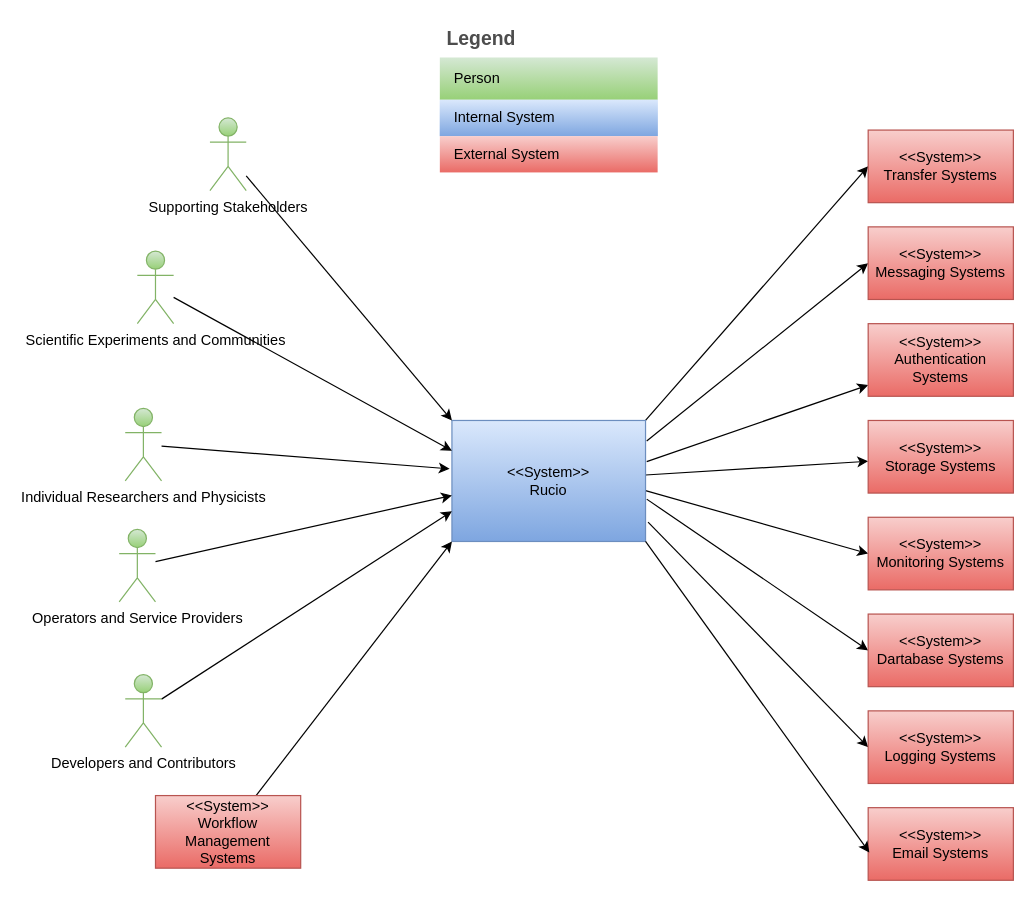
This is diagrams/Context View.drawio from mgajek-cern/architecture-docs, a draw.io file, before an edit. Source tidied: cells renumbered, new cells numbered last; positions are measured from the earlier drawing's top-left corner, leaving out a move shared by most shapes. Both pictures are drawn from the tidied source at 121%, with x=0, y=0 at pixel (119, 21).
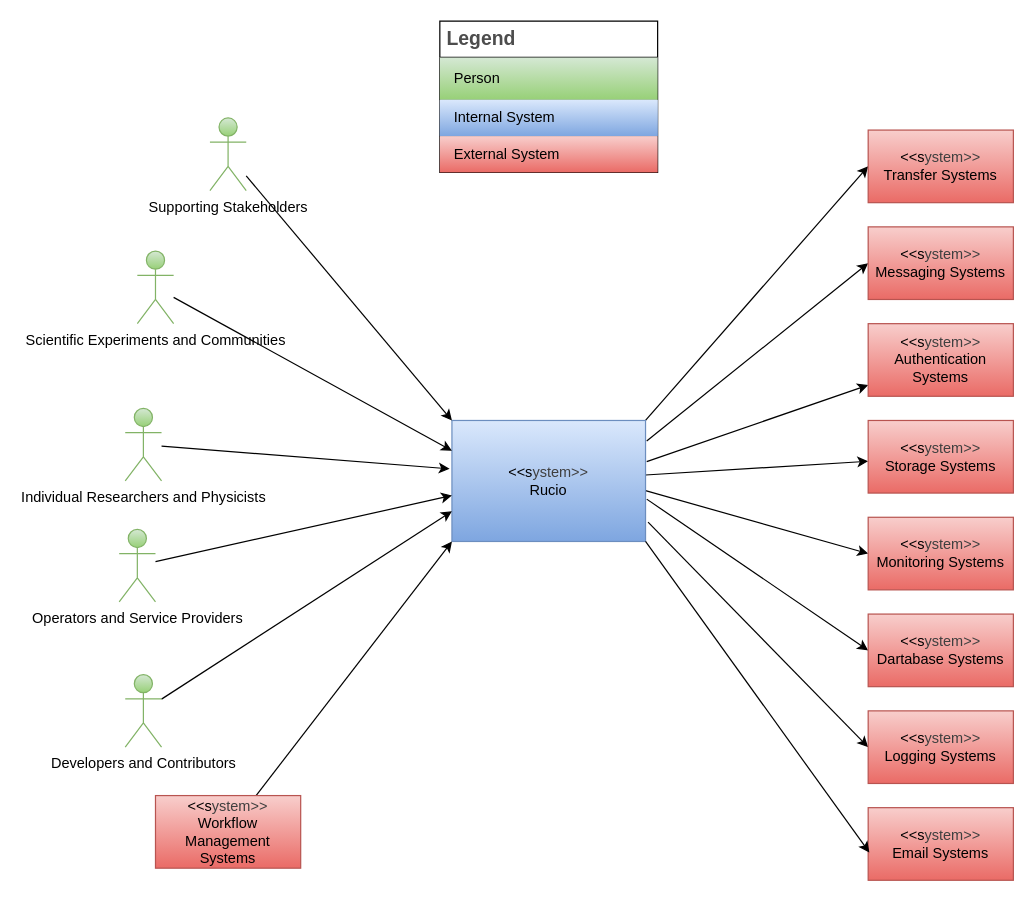
After the change.

The edit, as a diff of the source:
```diff
@@
-    <mxCell id="9" value="&amp;lt;&amp;lt;System&amp;gt;&amp;gt;&lt;br&gt;Rucio" style="rounded=0;whiteSpace=wrap;html=1;fillColor=#dae8fc;gradientColor=#7ea6e0;strokeColor=#6c8ebf;" parent="1" vertex="1">
+    <mxCell id="9" value="&amp;lt;&amp;lt;s&lt;span style=&quot;color: rgb(63, 63, 63); background-color: transparent;&quot;&gt;ystem&amp;gt;&amp;gt;&lt;/span&gt;&lt;div&gt;Rucio&lt;/div&gt;" style="rounded=0;whiteSpace=wrap;html=1;fillColor=#dae8fc;gradientColor=#7ea6e0;strokeColor=#6c8ebf;" parent="1" vertex="1">
       <mxGeometry x="275" y="330" width="160" height="100" as="geometry" />
     </mxCell>
-    <mxCell id="10" value="&lt;span style=&quot;color: rgb(0, 0, 0);&quot;&gt;&amp;lt;&amp;lt;System&amp;gt;&amp;gt;&lt;/span&gt;&lt;br&gt;Authentication Systems" style="rounded=0;whiteSpace=wrap;html=1;fillColor=#f8cecc;gradientColor=#ea6b66;strokeColor=#b85450;" parent="1" vertex="1">
+    <mxCell id="10" value="&lt;span style=&quot;color: rgb(0, 0, 0);&quot;&gt;&amp;lt;&amp;lt;s&lt;/span&gt;&lt;span style=&quot;color: rgb(63, 63, 63); scrollbar-color: rgb(226, 226, 226) rgb(251, 251, 251); background-color: transparent;&quot;&gt;ystem&amp;gt;&amp;gt;&lt;/span&gt;&lt;br&gt;Authentication Systems" style="rounded=0;whiteSpace=wrap;html=1;fillColor=#f8cecc;gradientColor=#ea6b66;strokeColor=#b85450;" parent="1" vertex="1">
       <mxGeometry x="619" y="250" width="120" height="60" as="geometry" />
     </mxCell>
-    <mxCell id="11" value="&lt;span style=&quot;color: rgb(0, 0, 0);&quot;&gt;&amp;lt;&amp;lt;System&amp;gt;&amp;gt;&lt;/span&gt;&lt;br&gt;Storage Systems" style="rounded=0;whiteSpace=wrap;html=1;fillColor=#f8cecc;gradientColor=#ea6b66;strokeColor=#b85450;" parent="1" vertex="1">
+    <mxCell id="11" value="&lt;span style=&quot;color: rgb(0, 0, 0);&quot;&gt;&amp;lt;&amp;lt;s&lt;/span&gt;&lt;span style=&quot;color: rgb(63, 63, 63); scrollbar-color: rgb(226, 226, 226) rgb(251, 251, 251); background-color: transparent;&quot;&gt;ystem&amp;gt;&amp;gt;&lt;/span&gt;&lt;br&gt;Storage Systems" style="rounded=0;whiteSpace=wrap;html=1;fillColor=#f8cecc;gradientColor=#ea6b66;strokeColor=#b85450;" parent="1" vertex="1">
       <mxGeometry x="619" y="330" width="120" height="60" as="geometry" />
     </mxCell>
-    <mxCell id="12" value="&lt;span style=&quot;color: rgb(0, 0, 0);&quot;&gt;&amp;lt;&amp;lt;System&amp;gt;&amp;gt;&lt;/span&gt;&lt;br&gt;Monitoring Systems" style="rounded=0;whiteSpace=wrap;html=1;fillColor=#f8cecc;gradientColor=#ea6b66;strokeColor=#b85450;" parent="1" vertex="1">
+    <mxCell id="12" value="&lt;span style=&quot;color: rgb(0, 0, 0);&quot;&gt;&amp;lt;&amp;lt;s&lt;/span&gt;&lt;span style=&quot;color: rgb(63, 63, 63); scrollbar-color: rgb(226, 226, 226) rgb(251, 251, 251); background-color: transparent;&quot;&gt;ystem&amp;gt;&amp;gt;&lt;/span&gt;&lt;br&gt;Monitoring Systems" style="rounded=0;whiteSpace=wrap;html=1;fillColor=#f8cecc;gradientColor=#ea6b66;strokeColor=#b85450;" parent="1" vertex="1">
       <mxGeometry x="619" y="410" width="120" height="60" as="geometry" />
     </mxCell>
-    <mxCell id="13" value="&lt;span style=&quot;color: rgb(0, 0, 0);&quot;&gt;&amp;lt;&amp;lt;System&amp;gt;&amp;gt;&lt;/span&gt;&lt;br&gt;Messaging Systems" style="rounded=0;whiteSpace=wrap;html=1;fillColor=#f8cecc;gradientColor=#ea6b66;strokeColor=#b85450;" parent="1" vertex="1">
+    <mxCell id="13" value="&lt;span style=&quot;color: rgb(0, 0, 0);&quot;&gt;&amp;lt;&amp;lt;s&lt;/span&gt;&lt;span style=&quot;color: rgb(63, 63, 63); scrollbar-color: rgb(226, 226, 226) rgb(251, 251, 251); background-color: transparent;&quot;&gt;ystem&amp;gt;&amp;gt;&lt;/span&gt;&lt;br&gt;Messaging Systems" style="rounded=0;whiteSpace=wrap;html=1;fillColor=#f8cecc;gradientColor=#ea6b66;strokeColor=#b85450;" parent="1" vertex="1">
       <mxGeometry x="619" y="170" width="120" height="60" as="geometry" />
     </mxCell>
@@
-    <mxCell id="24" value="Legend" style="shape=table;startSize=30;childLayout=tableLayout;fontSize=16;align=left;verticalAlign=top;fillColor=none;strokeColor=none;fontColor=#4D4D4D;fontStyle=1;spacingLeft=6;spacing=0;" parent="1" vertex="1">
+    <mxCell id="24" value="Legend" style="shape=table;startSize=30;childLayout=tableLayout;fontSize=16;align=left;verticalAlign=top;fillColor=none;strokeColor=default;fontColor=#4D4D4D;fontStyle=1;spacingLeft=6;spacing=0;" parent="1" vertex="1">
       <mxGeometry x="265" width="180" height="125" as="geometry" />
     </mxCell>
@@
-    <mxCell id="31" value="&lt;span style=&quot;color: rgb(0, 0, 0);&quot;&gt;&amp;lt;&amp;lt;System&amp;gt;&amp;gt;&lt;/span&gt;&lt;br&gt;Dartabase Systems" style="rounded=0;whiteSpace=wrap;html=1;fillColor=#f8cecc;gradientColor=#ea6b66;strokeColor=#b85450;" parent="1" vertex="1">
+    <mxCell id="31" value="&lt;span style=&quot;color: rgb(0, 0, 0);&quot;&gt;&amp;lt;&amp;lt;s&lt;/span&gt;&lt;span style=&quot;color: rgb(63, 63, 63); scrollbar-color: rgb(226, 226, 226) rgb(251, 251, 251); background-color: transparent;&quot;&gt;ystem&amp;gt;&amp;gt;&lt;/span&gt;&lt;br&gt;Dartabase Systems" style="rounded=0;whiteSpace=wrap;html=1;fillColor=#f8cecc;gradientColor=#ea6b66;strokeColor=#b85450;" parent="1" vertex="1">
       <mxGeometry x="619" y="490" width="120" height="60" as="geometry" />
     </mxCell>
-    <mxCell id="32" value="&lt;span style=&quot;color: rgb(0, 0, 0);&quot;&gt;&amp;lt;&amp;lt;System&amp;gt;&amp;gt;&lt;/span&gt;&lt;br&gt;Transfer Systems" style="rounded=0;whiteSpace=wrap;html=1;fillColor=#f8cecc;gradientColor=#ea6b66;strokeColor=#b85450;" parent="1" vertex="1">
+    <mxCell id="32" value="&lt;span style=&quot;color: rgb(0, 0, 0);&quot;&gt;&amp;lt;&amp;lt;s&lt;/span&gt;&lt;span style=&quot;color: rgb(63, 63, 63); scrollbar-color: rgb(226, 226, 226) rgb(251, 251, 251); background-color: transparent;&quot;&gt;ystem&amp;gt;&amp;gt;&lt;/span&gt;&lt;br&gt;Transfer Systems" style="rounded=0;whiteSpace=wrap;html=1;fillColor=#f8cecc;gradientColor=#ea6b66;strokeColor=#b85450;" parent="1" vertex="1">
       <mxGeometry x="619" y="90" width="120" height="60" as="geometry" />
     </mxCell>
-    <mxCell id="33" value="&lt;span style=&quot;color: rgb(0, 0, 0);&quot;&gt;&amp;lt;&amp;lt;System&amp;gt;&amp;gt;&lt;/span&gt;&lt;br&gt;&lt;span style=&quot;color: rgb(0, 0, 0);&quot;&gt;Logging Systems&lt;/span&gt;" style="rounded=0;whiteSpace=wrap;html=1;fillColor=#f8cecc;gradientColor=#ea6b66;strokeColor=#b85450;" parent="1" vertex="1">
+    <mxCell id="33" value="&lt;span style=&quot;color: rgb(0, 0, 0);&quot;&gt;&amp;lt;&amp;lt;s&lt;/span&gt;&lt;span style=&quot;color: rgb(63, 63, 63); scrollbar-color: rgb(226, 226, 226) rgb(251, 251, 251); background-color: transparent;&quot;&gt;ystem&amp;gt;&amp;gt;&lt;/span&gt;&lt;br&gt;&lt;span style=&quot;color: rgb(0, 0, 0);&quot;&gt;Logging Systems&lt;/span&gt;" style="rounded=0;whiteSpace=wrap;html=1;fillColor=#f8cecc;gradientColor=#ea6b66;strokeColor=#b85450;" parent="1" vertex="1">
       <mxGeometry x="619" y="570" width="120" height="60" as="geometry" />
     </mxCell>
-    <mxCell id="34" value="&lt;span style=&quot;color: rgb(0, 0, 0);&quot;&gt;&amp;lt;&amp;lt;System&amp;gt;&amp;gt;&lt;/span&gt;&lt;br&gt;&lt;span style=&quot;color: rgb(0, 0, 0);&quot;&gt;Email Systems&lt;/span&gt;" style="rounded=0;whiteSpace=wrap;html=1;fillColor=#f8cecc;gradientColor=#ea6b66;strokeColor=#b85450;" parent="1" vertex="1">
+    <mxCell id="34" value="&lt;span style=&quot;color: rgb(0, 0, 0);&quot;&gt;&amp;lt;&amp;lt;s&lt;/span&gt;&lt;span style=&quot;color: rgb(63, 63, 63); scrollbar-color: rgb(226, 226, 226) rgb(251, 251, 251); background-color: transparent;&quot;&gt;ystem&amp;gt;&amp;gt;&lt;/span&gt;&lt;br&gt;&lt;span style=&quot;color: rgb(0, 0, 0);&quot;&gt;Email Systems&lt;/span&gt;" style="rounded=0;whiteSpace=wrap;html=1;fillColor=#f8cecc;gradientColor=#ea6b66;strokeColor=#b85450;" parent="1" vertex="1">
       <mxGeometry x="619" y="650" width="120" height="60" as="geometry" />
     </mxCell>
@@
-    <mxCell id="37" value="&lt;span style=&quot;color: rgb(0, 0, 0);&quot;&gt;&amp;lt;&amp;lt;System&amp;gt;&amp;gt;&lt;/span&gt;&lt;br&gt;Workflow Management Systems" style="rounded=0;whiteSpace=wrap;html=1;fillColor=#f8cecc;gradientColor=#ea6b66;strokeColor=#b85450;" parent="1" vertex="1">
+    <mxCell id="37" value="&lt;span style=&quot;color: rgb(0, 0, 0);&quot;&gt;&amp;lt;&amp;lt;s&lt;/span&gt;&lt;span style=&quot;color: rgb(63, 63, 63); scrollbar-color: rgb(226, 226, 226) rgb(251, 251, 251); background-color: transparent;&quot;&gt;ystem&amp;gt;&amp;gt;&lt;/span&gt;&lt;br&gt;Workflow Management Systems" style="rounded=0;whiteSpace=wrap;html=1;fillColor=#f8cecc;gradientColor=#ea6b66;strokeColor=#b85450;" parent="1" vertex="1">
       <mxGeometry x="30" y="640" width="120" height="60" as="geometry" />
     </mxCell>
```
